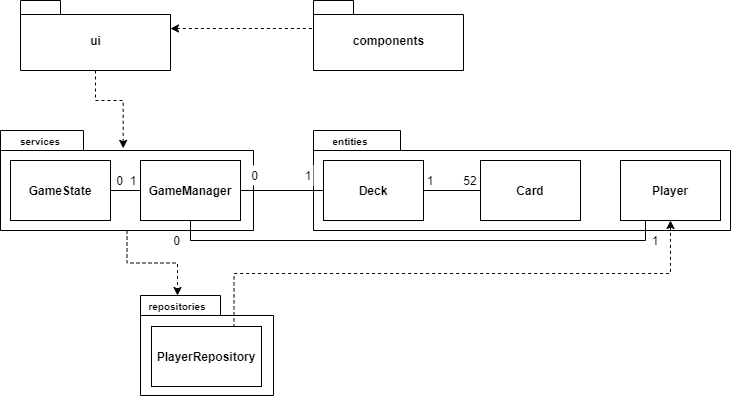
The draw.io diagram dokumentaatio/kuvat/pakkauskaavio.png in k0psutin/ohte-2020, before a commit. Source tidied: cells renumbered, new cells last; positions are measured from the earlier drawing's top-left corner, leaving out a move shared by most shapes.
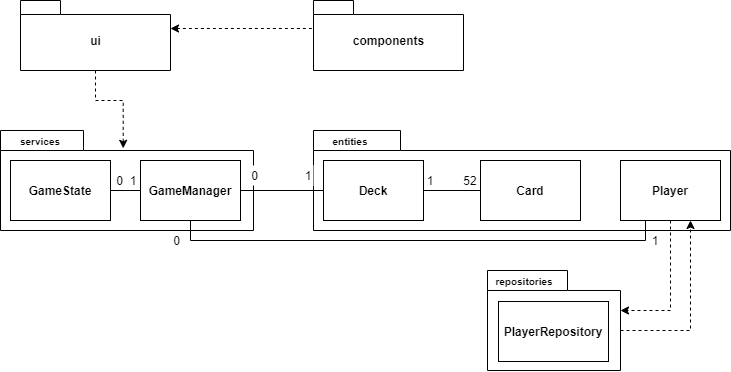
After the change.

What changed in the source:
```diff
@@ -14,20 +14,17 @@
     <mxCell id="5" value="components" style="shape=folder;fontStyle=1;spacingTop=10;tabWidth=40;tabHeight=14;tabPosition=left;html=1;" parent="1" vertex="1">
       <mxGeometry x="313" width="150" height="70" as="geometry" />
     </mxCell>
-    <mxCell id="6" style="edgeStyle=orthogonalEdgeStyle;rounded=0;jettySize=auto;html=1;exitX=0.5;exitY=1;exitDx=0;exitDy=0;exitPerimeter=0;endArrow=classic;endFill=1;dashed=1;" parent="1" edge="1" source="7" target="24">
-      <mxGeometry relative="1" as="geometry" />
-    </mxCell>
     <mxCell id="7" style="shape=folder;fontStyle=1;spacingTop=10;tabWidth=83;tabHeight=20;tabPosition=left;html=1;" parent="1" vertex="1">
       <mxGeometry y="130" width="253" height="100" as="geometry" />
     </mxCell>
     <mxCell id="8" style="shape=folder;fontStyle=1;spacingTop=10;tabWidth=80;tabHeight=20;tabPosition=left;html=1;" parent="1" vertex="1">
-      <mxGeometry x="140" y="295" width="133" height="100" as="geometry" />
+      <mxGeometry x="487" y="270" width="133" height="100" as="geometry" />
     </mxCell>
     <mxCell id="9" style="shape=folder;fontStyle=1;spacingTop=10;tabWidth=87;tabHeight=20;tabPosition=left;html=1;" parent="1" vertex="1">
       <mxGeometry x="313" y="130" width="417" height="100" as="geometry" />
     </mxCell>
     <mxCell id="10" value="&lt;b&gt;PlayerRepository&lt;/b&gt;" style="rounded=0;whiteSpace=wrap;html=1;" parent="1" vertex="1">
-      <mxGeometry x="151" y="326" width="110" height="60" as="geometry" />
+      <mxGeometry x="498" y="301" width="110" height="60" as="geometry" />
     </mxCell>
     <mxCell id="11" value="&lt;b&gt;&lt;font style=&quot;font-size: 10px&quot;&gt;services&lt;/font&gt;&lt;/b&gt;" style="text;html=1;strokeColor=none;fillColor=none;align=center;verticalAlign=middle;whiteSpace=wrap;rounded=0;" parent="1" vertex="1">
       <mxGeometry x="20" y="130" width="40" height="20" as="geometry" />
@@ -53,12 +50,12 @@
     <mxCell id="18" value="&lt;b&gt;Card&lt;/b&gt;" style="rounded=0;whiteSpace=wrap;html=1;" parent="1" vertex="1">
       <mxGeometry x="480" y="160" width="100" height="60" as="geometry" />
     </mxCell>
-    <mxCell id="19" style="edgeStyle=orthogonalEdgeStyle;rounded=0;jettySize=auto;html=1;exitX=0.5;exitY=1;exitDx=0;exitDy=0;entryX=0.75;entryY=0;entryDx=0;entryDy=0;dashed=1;endArrow=none;endFill=0;startArrow=classic;startFill=1;" parent="1" edge="1" source="21" target="10">
-      <mxGeometry relative="1" as="geometry" />
-    </mxCell>
     <mxCell id="20" style="edgeStyle=orthogonalEdgeStyle;rounded=0;jettySize=auto;html=1;exitX=0.25;exitY=1;exitDx=0;exitDy=0;entryX=0.5;entryY=1;entryDx=0;entryDy=0;startArrow=none;startFill=0;endArrow=none;endFill=0;" parent="1" edge="1" source="21" target="13">
       <mxGeometry relative="1" as="geometry" />
     </mxCell>
+    <mxCell id="32" style="edgeStyle=orthogonalEdgeStyle;rounded=0;jettySize=auto;html=1;exitX=0.5;exitY=1;exitDx=0;exitDy=0;entryX=0;entryY=0;entryDx=133;entryDy=40;entryPerimeter=0;dashed=1;" parent="1" edge="1" source="21" target="8">
+      <mxGeometry relative="1" as="geometry" />
+    </mxCell>
     <mxCell id="21" value="&lt;b&gt;Player&lt;/b&gt;" style="rounded=0;whiteSpace=wrap;html=1;" parent="1" vertex="1">
       <mxGeometry x="620" y="160" width="100" height="60" as="geometry" />
     </mxCell>
@@ -69,7 +66,7 @@
       <mxGeometry x="450" y="170" width="40" height="20" as="geometry" />
     </mxCell>
     <mxCell id="24" value="&lt;b&gt;&lt;font style=&quot;font-size: 10px&quot;&gt;repositories&lt;/font&gt;&lt;/b&gt;" style="text;html=1;strokeColor=none;fillColor=none;align=center;verticalAlign=middle;whiteSpace=wrap;rounded=0;" parent="1" vertex="1">
-      <mxGeometry x="157" y="295" width="40" height="20" as="geometry" />
+      <mxGeometry x="504" y="270" width="40" height="20" as="geometry" />
     </mxCell>
     <mxCell id="25" value="&lt;b&gt;&lt;font style=&quot;font-size: 10px&quot;&gt;entities&lt;/font&gt;&lt;/b&gt;" style="text;html=1;strokeColor=none;fillColor=none;align=center;verticalAlign=middle;whiteSpace=wrap;rounded=0;" parent="1" vertex="1">
       <mxGeometry x="330" y="130" width="40" height="20" as="geometry" />
@@ -92,5 +89,8 @@
     <mxCell id="31" value="0" style="text;html=1;strokeColor=none;align=center;verticalAlign=middle;whiteSpace=wrap;rounded=0;" parent="1" vertex="1">
       <mxGeometry x="170" y="230" width="13" height="20" as="geometry" />
     </mxCell>
+    <mxCell id="33" style="edgeStyle=orthogonalEdgeStyle;rounded=0;jettySize=auto;html=1;exitX=0;exitY=0;exitDx=133;exitDy=60;exitPerimeter=0;entryX=0.7;entryY=1;entryDx=0;entryDy=0;entryPerimeter=0;dashed=1;" parent="1" edge="1" source="8" target="21">
+      <mxGeometry relative="1" as="geometry" />
+    </mxCell>
   </root>
 </mxGraphModel>
```
